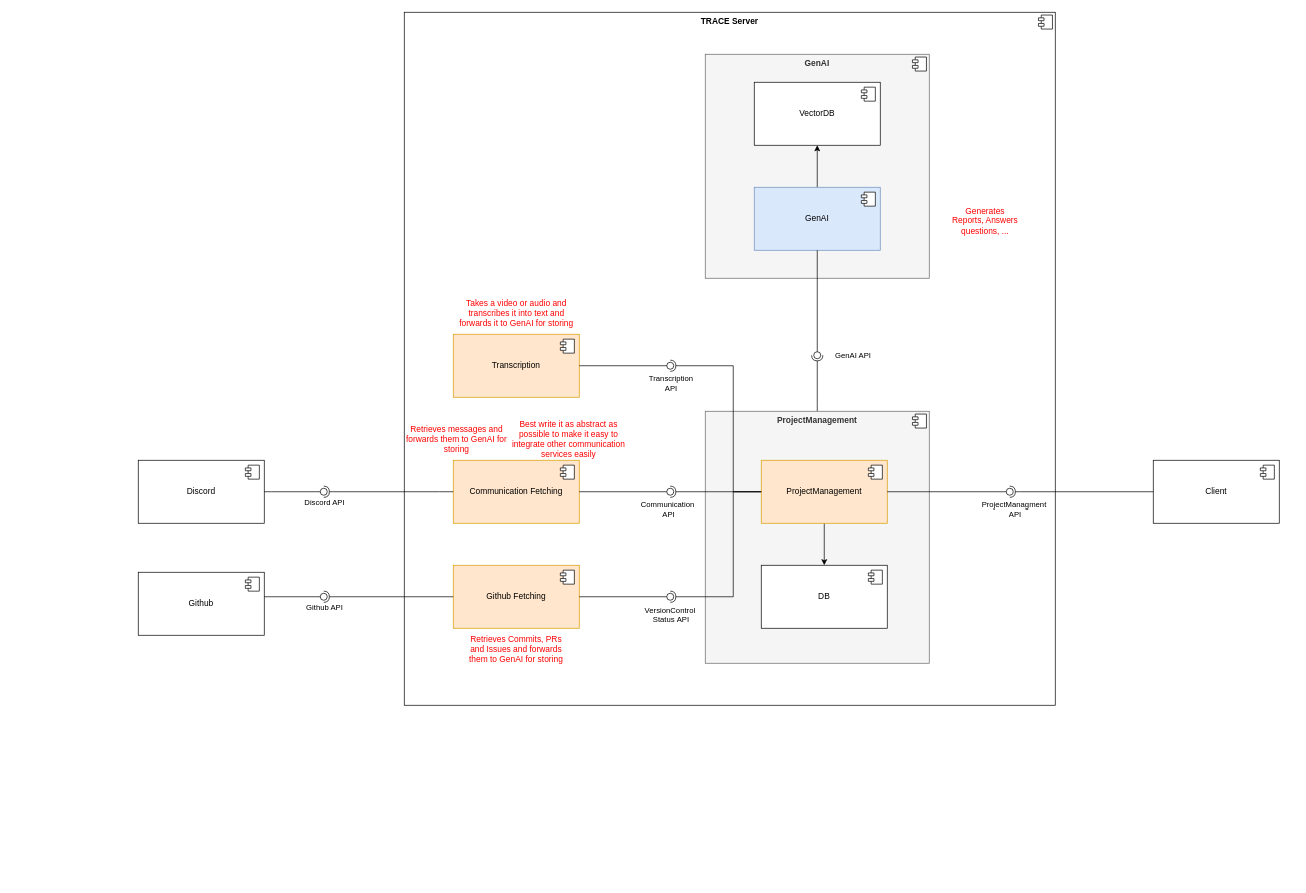
The draw.io diagram docs/subsystem.drawio in AET-DevOps25/team-scrumbags, before the edit. Source tidied: cells renumbered, new cells numbered last; positions are measured from the earlier drawing's top-left corner, leaving out a move shared by most shapes. Both pictures are drawn from the tidied source at 70%, with x=0, y=0 at pixel (138, 12).
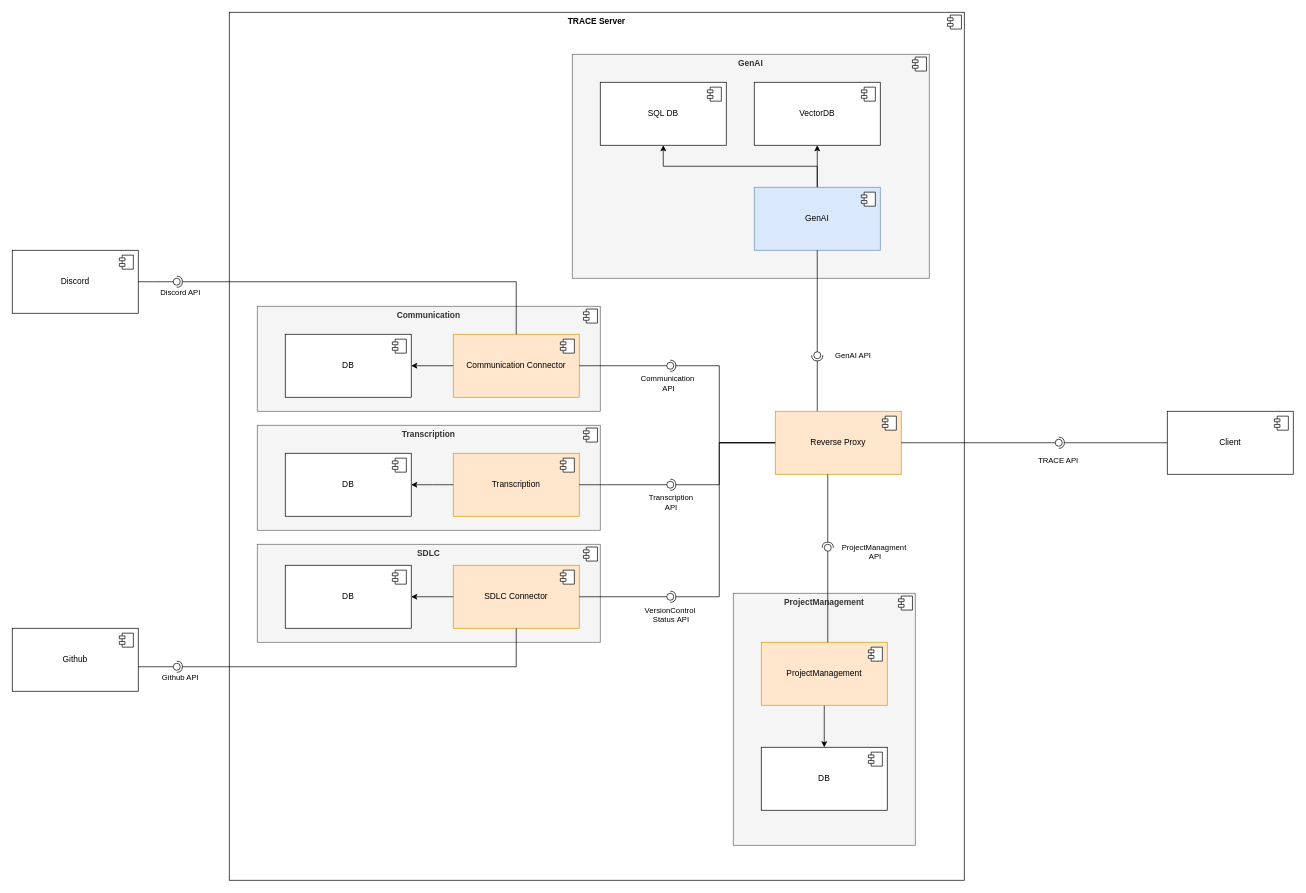
After the change.

Unchanged cells that the change refers to:
```xml
<mxCell id="21" style="ellipse;whiteSpace=wrap;html=1;align=center;fillColor=none;strokeColor=none;perimeter=centerPerimeter;points=[];outlineConnect=1;" parent="1" vertex="1">
  <mxGeometry x="755" y="830" width="10" height="10" as="geometry" />
</mxCell>
<mxCell id="38" style="ellipse;whiteSpace=wrap;html=1;align=center;fillColor=none;strokeColor=none;perimeter=centerPerimeter;points=[];outlineConnect=1;" parent="1" vertex="1">
  <mxGeometry x="1240" y="680" width="10" height="10" as="geometry" />
</mxCell>
<mxCell id="44" value="GenAI" style="html=1;whiteSpace=wrap;fillColor=#dae8fc;strokeColor=#6c8ebf;" parent="1" vertex="1">
  <mxGeometry x="880" y="250" width="180" height="90" as="geometry" />
</mxCell>
```

Change to the diagram source:
```diff
@@
     <mxCell id="2" value="&lt;p style=&quot;margin:0px;margin-top:6px;text-align:center;&quot;&gt;&lt;b&gt;TRACE Server&lt;/b&gt;&lt;/p&gt;" style="align=left;overflow=fill;html=1;whiteSpace=wrap;" parent="1" vertex="1">
-      <mxGeometry x="380" width="930" height="990" as="geometry" />
+      <mxGeometry x="130" width="1050" height="1240" as="geometry" />
     </mxCell>
@@
+    <mxCell id="63" value="&lt;p style=&quot;margin:0px;margin-top:6px;text-align:center;&quot;&gt;&lt;b&gt;Communication&lt;/b&gt;&lt;/p&gt;" style="align=left;overflow=fill;html=1;whiteSpace=wrap;fillColor=#f5f5f5;fontColor=#333333;strokeColor=#666666;" parent="1" vertex="1">
+      <mxGeometry x="170" y="420" width="490" height="150" as="geometry" />
+    </mxCell>
+    <mxCell id="64" style="shape=component;jettyWidth=8;jettyHeight=4;" parent="63" vertex="1">
+      <mxGeometry x="1" width="20" height="20" relative="1" as="geometry">
+        <mxPoint x="-24" y="4" as="offset" />
+      </mxGeometry>
+    </mxCell>
+    <mxCell id="65" value="&lt;p style=&quot;margin:0px;margin-top:6px;text-align:center;&quot;&gt;&lt;b&gt;Transcription&lt;/b&gt;&lt;/p&gt;" style="align=left;overflow=fill;html=1;whiteSpace=wrap;fillColor=#f5f5f5;fontColor=#333333;strokeColor=#666666;" parent="1" vertex="1">
+      <mxGeometry x="170" y="590" width="490" height="150" as="geometry" />
+    </mxCell>
+    <mxCell id="66" style="shape=component;jettyWidth=8;jettyHeight=4;" parent="65" vertex="1">
+      <mxGeometry x="1" width="20" height="20" relative="1" as="geometry">
+        <mxPoint x="-24" y="4" as="offset" />
+      </mxGeometry>
+    </mxCell>
+    <mxCell id="67" value="&lt;p style=&quot;margin:0px;margin-top:6px;text-align:center;&quot;&gt;&lt;b&gt;SDLC&lt;/b&gt;&lt;/p&gt;" style="align=left;overflow=fill;html=1;whiteSpace=wrap;fillColor=#f5f5f5;fontColor=#333333;strokeColor=#666666;" parent="1" vertex="1">
+      <mxGeometry x="170" y="760" width="490" height="140" as="geometry" />
+    </mxCell>
+    <mxCell id="68" style="shape=component;jettyWidth=8;jettyHeight=4;" parent="67" vertex="1">
+      <mxGeometry x="1" width="20" height="20" relative="1" as="geometry">
+        <mxPoint x="-24" y="4" as="offset" />
+      </mxGeometry>
+    </mxCell>
     <mxCell id="4" value="Transcription" style="html=1;whiteSpace=wrap;fillColor=#ffe6cc;strokeColor=#d79b00;" parent="1" vertex="1">
-      <mxGeometry x="450" y="460" width="180" height="90" as="geometry" />
+      <mxGeometry x="450" y="630" width="180" height="90" as="geometry" />
     </mxCell>
@@
-    <mxCell id="6" value="Github Fetching" style="html=1;whiteSpace=wrap;fillColor=#ffe6cc;strokeColor=#d79b00;" parent="1" vertex="1">
+    <mxCell id="6" value="SDLC Connector" style="html=1;whiteSpace=wrap;fillColor=#ffe6cc;strokeColor=#d79b00;" parent="1" vertex="1">
       <mxGeometry x="450" y="790" width="180" height="90" as="geometry" />
     </mxCell>
@@
-    <mxCell id="8" value="Communication Fetching" style="html=1;whiteSpace=wrap;fillColor=#ffe6cc;strokeColor=#d79b00;" parent="1" vertex="1">
-      <mxGeometry x="450" y="640" width="180" height="90" as="geometry" />
+    <mxCell id="8" value="Communication Connector" style="html=1;whiteSpace=wrap;fillColor=#ffe6cc;strokeColor=#d79b00;" parent="1" vertex="1">
+      <mxGeometry x="450" y="460" width="180" height="90" as="geometry" />
     </mxCell>
@@
     <mxCell id="12" style="ellipse;whiteSpace=wrap;html=1;align=center;fillColor=none;strokeColor=none;perimeter=centerPerimeter;points=[];outlineConnect=1;" parent="1" vertex="1">
-      <mxGeometry x="755" y="680" width="10" height="10" as="geometry" />
+      <mxGeometry x="755" y="500" width="10" height="10" as="geometry" />
     </mxCell>
-    <mxCell id="13" value="&lt;font style=&quot;color: rgb(255, 0, 0);&quot;&gt;Generates Reports, Answers questions, ...&lt;/font&gt;" style="text;html=1;align=center;verticalAlign=middle;whiteSpace=wrap;rounded=0;" parent="1" vertex="1">
-      <mxGeometry x="1160" y="270" width="100" height="55" as="geometry" />
-    </mxCell>
-    <mxCell id="14" value="&lt;font style=&quot;color: rgb(255, 0, 0);&quot;&gt;Best write it as abstract as possible to make it easy to integrate other communication services easily&lt;/font&gt;" style="text;html=1;align=center;verticalAlign=middle;whiteSpace=wrap;rounded=0;" parent="1" vertex="1">
-      <mxGeometry x="530" y="575" width="170" height="70" as="geometry" />
-    </mxCell>
-    <mxCell id="15" value="&lt;font color=&quot;#ff0000&quot;&gt;Takes a video or audio and transcribes it into text and forwards it to GenAI for storing&lt;/font&gt;" style="text;html=1;align=center;verticalAlign=middle;whiteSpace=wrap;rounded=0;" parent="1" vertex="1">
-      <mxGeometry x="457.5" y="410" width="165" height="40" as="geometry" />
-    </mxCell>
@@
     <mxCell id="18" style="ellipse;whiteSpace=wrap;html=1;align=center;fillColor=none;strokeColor=none;perimeter=centerPerimeter;points=[];outlineConnect=1;" parent="1" vertex="1">
-      <mxGeometry x="755" y="500" width="10" height="10" as="geometry" />
+      <mxGeometry x="755" y="670" width="10" height="10" as="geometry" />
     </mxCell>
@@
-    <mxCell id="22" value="&lt;font color=&quot;#ff0000&quot;&gt;Retrieves Commits, PRs and Issues and forwards them to GenAI for storing&lt;/font&gt;" style="text;html=1;align=center;verticalAlign=middle;whiteSpace=wrap;rounded=0;" parent="1" vertex="1">
-      <mxGeometry x="465" y="890" width="150" height="40" as="geometry" />
-    </mxCell>
     <mxCell id="23" value="Github" style="html=1;whiteSpace=wrap;" parent="1" vertex="1">
-      <mxGeometry y="800" width="180" height="90" as="geometry" />
+      <mxGeometry x="-180" y="880" width="180" height="90" as="geometry" />
     </mxCell>
@@
     <mxCell id="25" value="Discord" style="html=1;whiteSpace=wrap;" parent="1" vertex="1">
-      <mxGeometry y="640" width="180" height="90" as="geometry" />
+      <mxGeometry x="-180" y="340" width="180" height="90" as="geometry" />
     </mxCell>
@@
     <mxCell id="27" style="rounded=0;jettySize=auto;html=1;endArrow=halfCircle;endFill=0;endSize=6;strokeWidth=1;sketch=0;edgeStyle=orthogonalEdgeStyle;" parent="1" edge="1" source="8" target="30">
       <mxGeometry relative="1" as="geometry">
         <Array as="points">
-          <mxPoint x="430" y="685" />
-          <mxPoint x="430" y="685" />
+          <mxPoint x="540" y="385" />
         </Array>
       </mxGeometry>
     </mxCell>
-    <mxCell id="28" style="rounded=0;jettySize=auto;html=1;endArrow=oval;endFill=0;sketch=0;sourcePerimeterSpacing=0;targetPerimeterSpacing=0;endSize=10;edgeStyle=orthogonalEdgeStyle;" parent="1" edge="1" source="25" target="30">
+    <mxCell id="28" style="rounded=0;jettySize=auto;html=1;endArrow=oval;endFill=0;sketch=0;sourcePerimeterSpacing=0;targetPerimeterSpacing=0;endSize=10;edgeStyle=orthogonalEdgeStyle;entryX=0.221;entryY=0.6;entryDx=0;entryDy=0;entryPerimeter=0;" parent="1" edge="1" source="25" target="30">
       <mxGeometry relative="1" as="geometry">
         <Array as="points">
-          <mxPoint x="190" y="685" />
-          <mxPoint x="190" y="685" />
+          <mxPoint x="20" y="385" />
+          <mxPoint x="20" y="385" />
         </Array>
       </mxGeometry>
     </mxCell>
@@
     <mxCell id="30" style="ellipse;whiteSpace=wrap;html=1;align=center;fillColor=none;strokeColor=none;perimeter=centerPerimeter;points=[];outlineConnect=1;" parent="1" vertex="1">
-      <mxGeometry x="260" y="680" width="10" height="10" as="geometry" />
+      <mxGeometry x="50" y="380" width="10" height="10" as="geometry" />
     </mxCell>
-    <mxCell id="31" style="rounded=0;jettySize=auto;html=1;endArrow=halfCircle;endFill=0;endSize=6;strokeWidth=1;sketch=0;edgeStyle=orthogonalEdgeStyle;" parent="1" edge="1" source="6" target="34">
-      <mxGeometry relative="1" as="geometry">
-        <Array as="points">
-          <mxPoint x="450" y="835" />
-          <mxPoint x="450" y="835" />
-        </Array>
-      </mxGeometry>
-    </mxCell>
     <mxCell id="32" style="rounded=0;jettySize=auto;html=1;endArrow=oval;endFill=0;sketch=0;sourcePerimeterSpacing=0;targetPerimeterSpacing=0;endSize=10;edgeStyle=orthogonalEdgeStyle;" parent="1" edge="1" source="23" target="34">
       <mxGeometry relative="1" as="geometry">
         <Array as="points">
-          <mxPoint x="180" y="835" />
-          <mxPoint x="180" y="835" />
+          <mxPoint x="30" y="935" />
+          <mxPoint x="30" y="935" />
         </Array>
       </mxGeometry>
     </mxCell>
@@
     <mxCell id="34" style="ellipse;whiteSpace=wrap;html=1;align=center;fillColor=none;strokeColor=none;perimeter=centerPerimeter;points=[];outlineConnect=1;" parent="1" vertex="1">
-      <mxGeometry x="260" y="830" width="10" height="10" as="geometry" />
+      <mxGeometry x="50" y="930" width="10" height="10" as="geometry" />
     </mxCell>
     <mxCell id="35" value="Client" style="html=1;whiteSpace=wrap;" parent="1" vertex="1">
-      <mxGeometry x="1450" y="640" width="180" height="90" as="geometry" />
+      <mxGeometry x="1470" y="570" width="180" height="90" as="geometry" />
     </mxCell>
@@
-    <mxCell id="37" style="rounded=0;jettySize=auto;html=1;endArrow=halfCircle;endFill=0;endSize=6;strokeWidth=1;sketch=0;edgeStyle=orthogonalEdgeStyle;" parent="1" edge="1" source="35" target="38">
+    <mxCell id="37" style="rounded=0;jettySize=auto;html=1;endArrow=halfCircle;endFill=0;endSize=6;strokeWidth=1;sketch=0;edgeStyle=orthogonalEdgeStyle;entryX=-0.2;entryY=0.373;entryDx=0;entryDy=0;entryPerimeter=0;" parent="1" edge="1" source="35" target="91">
       <mxGeometry relative="1" as="geometry">
         <Array as="points">
-          <mxPoint x="1260" y="685" />
-          <mxPoint x="1260" y="685" />
+          <mxPoint x="1620" y="615" />
+          <mxPoint x="1620" y="615" />
         </Array>
       </mxGeometry>
     </mxCell>
@@
     <mxCell id="41" value="&lt;p style=&quot;margin:0px;margin-top:6px;text-align:center;&quot;&gt;&lt;b&gt;GenAI&lt;/b&gt;&lt;/p&gt;&lt;p style=&quot;margin:0px;margin-left:8px;&quot;&gt;&lt;br&gt;&lt;/p&gt;" style="align=left;overflow=fill;html=1;whiteSpace=wrap;fillColor=#f5f5f5;fontColor=#333333;strokeColor=#666666;" parent="1" vertex="1">
-      <mxGeometry x="810" y="60" width="320" height="320" as="geometry" />
+      <mxGeometry x="620" y="60" width="510" height="320" as="geometry" />
     </mxCell>
@@
     <mxCell id="48" value="&lt;p style=&quot;margin:0px;margin-top:6px;text-align:center;&quot;&gt;&lt;b&gt;ProjectManagement&lt;/b&gt;&lt;/p&gt;&lt;p style=&quot;margin:0px;margin-left:8px;&quot;&gt;&lt;br&gt;&lt;/p&gt;" style="align=left;overflow=fill;html=1;whiteSpace=wrap;fillColor=#f5f5f5;fontColor=#333333;strokeColor=#666666;" parent="1" vertex="1">
-      <mxGeometry x="810" y="570" width="320" height="360" as="geometry" />
+      <mxGeometry x="850" y="830" width="260" height="360" as="geometry" />
     </mxCell>
@@
     <mxCell id="51" value="DB" style="html=1;whiteSpace=wrap;" parent="1" vertex="1">
-      <mxGeometry x="890" y="790" width="180" height="90" as="geometry" />
+      <mxGeometry x="890" y="1050" width="180" height="90" as="geometry" />
     </mxCell>
@@
     <mxCell id="53" value="ProjectManagement" style="html=1;whiteSpace=wrap;fillColor=#ffe6cc;strokeColor=#d79b00;" parent="1" vertex="1">
-      <mxGeometry x="890" y="640" width="180" height="90" as="geometry" />
+      <mxGeometry x="890" y="900" width="180" height="90" as="geometry" />
     </mxCell>
@@
-    <mxCell id="55" style="rounded=0;jettySize=auto;html=1;endArrow=oval;endFill=0;sketch=0;sourcePerimeterSpacing=0;targetPerimeterSpacing=0;endSize=10;edgeStyle=orthogonalEdgeStyle;" parent="1" edge="1" source="53" target="38">
-      <mxGeometry relative="1" as="geometry">
-        <Array as="points">
-          <mxPoint x="1120" y="685" />
-          <mxPoint x="1120" y="685" />
-        </Array>
-      </mxGeometry>
-    </mxCell>
-    <mxCell id="56" value="ProjectManagment&lt;div&gt;&amp;nbsp;API&lt;/div&gt;" style="edgeLabel;html=1;align=center;verticalAlign=middle;" parent="55" vertex="1">
-      <mxGeometry x="0.89" relative="1" as="geometry">
-        <mxPoint x="15" y="25" as="offset" />
-      </mxGeometry>
-    </mxCell>
-    <mxCell id="57" style="rounded=0;jettySize=auto;html=1;endArrow=halfCircle;endFill=0;endSize=6;strokeWidth=1;sketch=0;edgeStyle=orthogonalEdgeStyle;entryX=0.742;entryY=0.353;entryDx=0;entryDy=0;entryPerimeter=0;" parent="1" edge="1" source="53" target="18">
-      <mxGeometry relative="1" as="geometry">
-        <Array as="points">
-          <mxPoint x="850" y="685" />
-          <mxPoint x="850" y="505" />
-        </Array>
-      </mxGeometry>
-    </mxCell>
-    <mxCell id="58" style="rounded=0;jettySize=auto;html=1;endArrow=halfCircle;endFill=0;endSize=6;strokeWidth=1;sketch=0;edgeStyle=orthogonalEdgeStyle;entryX=0.847;entryY=0.458;entryDx=0;entryDy=0;entryPerimeter=0;" parent="1" edge="1" source="53" target="12">
-      <mxGeometry relative="1" as="geometry" />
-    </mxCell>
-    <mxCell id="59" style="rounded=0;jettySize=auto;html=1;endArrow=halfCircle;endFill=0;endSize=6;strokeWidth=1;sketch=0;edgeStyle=orthogonalEdgeStyle;entryX=0.953;entryY=0.089;entryDx=0;entryDy=0;entryPerimeter=0;" parent="1" edge="1" source="53" target="21">
-      <mxGeometry relative="1" as="geometry">
-        <Array as="points">
-          <mxPoint x="850" y="685" />
-          <mxPoint x="850" y="835" />
-        </Array>
-      </mxGeometry>
-    </mxCell>
@@
-    <mxCell id="62" value="&lt;font color=&quot;#ff0000&quot;&gt;Retrieves messages and forwards them to GenAI for storing&lt;/font&gt;" style="text;html=1;align=center;verticalAlign=middle;whiteSpace=wrap;rounded=0;" parent="1" vertex="1">
-      <mxGeometry x="380" y="590" width="150" height="40" as="geometry" />
-    </mxCell>
+    <mxCell id="69" value="Reverse Proxy" style="html=1;whiteSpace=wrap;fillColor=#ffe6cc;strokeColor=#d79b00;" parent="1" vertex="1">
+      <mxGeometry x="910" y="570" width="180" height="90" as="geometry" />
+    </mxCell>
+    <mxCell id="70" style="shape=module;jettyWidth=8;jettyHeight=4;" parent="69" vertex="1">
+      <mxGeometry x="1" width="20" height="20" relative="1" as="geometry">
+        <mxPoint x="-27" y="7" as="offset" />
+      </mxGeometry>
+    </mxCell>
+    <mxCell id="71" value="SQL DB" style="html=1;whiteSpace=wrap;" parent="1" vertex="1">
+      <mxGeometry x="660" y="100" width="180" height="90" as="geometry" />
+    </mxCell>
+    <mxCell id="72" style="shape=module;jettyWidth=8;jettyHeight=4;" parent="71" vertex="1">
+      <mxGeometry x="1" width="20" height="20" relative="1" as="geometry">
+        <mxPoint x="-27" y="7" as="offset" />
+      </mxGeometry>
+    </mxCell>
+    <mxCell id="73" style="edgeStyle=orthogonalEdgeStyle;rounded=0;jettySize=auto;html=1;" parent="1" edge="1" source="44" target="71">
+      <mxGeometry relative="1" as="geometry">
+        <Array as="points">
+          <mxPoint x="970" y="220" />
+          <mxPoint x="750" y="220" />
+        </Array>
+      </mxGeometry>
+    </mxCell>
+    <mxCell id="74" value="DB" style="html=1;whiteSpace=wrap;" parent="1" vertex="1">
+      <mxGeometry x="210" y="790" width="180" height="90" as="geometry" />
+    </mxCell>
+    <mxCell id="75" style="shape=module;jettyWidth=8;jettyHeight=4;" parent="74" vertex="1">
+      <mxGeometry x="1" width="20" height="20" relative="1" as="geometry">
+        <mxPoint x="-27" y="7" as="offset" />
+      </mxGeometry>
+    </mxCell>
+    <mxCell id="76" value="DB" style="html=1;whiteSpace=wrap;" parent="1" vertex="1">
+      <mxGeometry x="210" y="630" width="180" height="90" as="geometry" />
+    </mxCell>
+    <mxCell id="77" style="shape=module;jettyWidth=8;jettyHeight=4;" parent="76" vertex="1">
+      <mxGeometry x="1" width="20" height="20" relative="1" as="geometry">
+        <mxPoint x="-27" y="7" as="offset" />
+      </mxGeometry>
+    </mxCell>
+    <mxCell id="78" value="DB" style="html=1;whiteSpace=wrap;" parent="1" vertex="1">
+      <mxGeometry x="210" y="460" width="180" height="90" as="geometry" />
+    </mxCell>
+    <mxCell id="79" style="shape=module;jettyWidth=8;jettyHeight=4;" parent="78" vertex="1">
+      <mxGeometry x="1" width="20" height="20" relative="1" as="geometry">
+        <mxPoint x="-27" y="7" as="offset" />
+      </mxGeometry>
+    </mxCell>
+    <mxCell id="80" style="edgeStyle=orthogonalEdgeStyle;rounded=0;jettySize=auto;html=1;" parent="1" edge="1" source="8" target="78">
+      <mxGeometry relative="1" as="geometry" />
+    </mxCell>
+    <mxCell id="81" style="edgeStyle=orthogonalEdgeStyle;rounded=0;jettySize=auto;html=1;" parent="1" edge="1" source="4" target="76">
+      <mxGeometry relative="1" as="geometry">
+        <Array as="points">
+          <mxPoint x="420" y="675" />
+          <mxPoint x="420" y="675" />
+        </Array>
+      </mxGeometry>
+    </mxCell>
+    <mxCell id="82" style="edgeStyle=orthogonalEdgeStyle;rounded=0;jettySize=auto;html=1;" parent="1" edge="1" source="6" target="74">
+      <mxGeometry relative="1" as="geometry" />
+    </mxCell>
+    <mxCell id="31" style="rounded=0;jettySize=auto;html=1;endArrow=halfCircle;endFill=0;endSize=6;strokeWidth=1;sketch=0;edgeStyle=orthogonalEdgeStyle;entryX=0.567;entryY=0.6;entryDx=0;entryDy=0;entryPerimeter=0;" parent="1" edge="1" source="6" target="34">
+      <mxGeometry relative="1" as="geometry">
+        <Array as="points">
+          <mxPoint x="540" y="935" />
+        </Array>
+      </mxGeometry>
+    </mxCell>
+    <mxCell id="83" style="rounded=0;jettySize=auto;html=1;endArrow=halfCircle;endFill=0;endSize=6;strokeWidth=1;sketch=0;edgeStyle=orthogonalEdgeStyle;" parent="1" edge="1" source="69" target="85">
+      <mxGeometry relative="1" as="geometry">
+        <Array as="points">
+          <mxPoint x="985" y="690" />
+          <mxPoint x="985" y="690" />
+        </Array>
+      </mxGeometry>
+    </mxCell>
+    <mxCell id="84" style="rounded=0;jettySize=auto;html=1;endArrow=oval;endFill=0;sketch=0;sourcePerimeterSpacing=0;targetPerimeterSpacing=0;endSize=10;edgeStyle=orthogonalEdgeStyle;" parent="1" edge="1" source="53" target="85">
+      <mxGeometry relative="1" as="geometry">
+        <Array as="points">
+          <mxPoint x="985" y="870" />
+          <mxPoint x="985" y="870" />
+        </Array>
+      </mxGeometry>
+    </mxCell>
+    <mxCell id="56" value="ProjectManagment&lt;div&gt;&amp;nbsp;API&lt;/div&gt;" style="edgeLabel;html=1;align=center;verticalAlign=middle;" parent="84" vertex="1">
+      <mxGeometry x="0.81" relative="1" as="geometry">
+        <mxPoint x="65" y="-8" as="offset" />
+      </mxGeometry>
+    </mxCell>
+    <mxCell id="85" style="ellipse;whiteSpace=wrap;html=1;align=center;fillColor=none;strokeColor=none;perimeter=centerPerimeter;points=[];outlineConnect=1;" parent="1" vertex="1">
+      <mxGeometry x="980" y="760" width="10" height="10" as="geometry" />
+    </mxCell>
+    <mxCell id="86" style="rounded=0;jettySize=auto;html=1;endArrow=halfCircle;endFill=0;endSize=6;strokeWidth=1;sketch=0;edgeStyle=orthogonalEdgeStyle;entryX=0.243;entryY=0.804;entryDx=0;entryDy=0;entryPerimeter=0;" parent="1" edge="1" source="69" target="21">
+      <mxGeometry relative="1" as="geometry">
+        <Array as="points">
+          <mxPoint x="830" y="615" />
+          <mxPoint x="830" y="835" />
+        </Array>
+      </mxGeometry>
+    </mxCell>
+    <mxCell id="87" style="rounded=0;jettySize=auto;html=1;endArrow=halfCircle;endFill=0;endSize=6;strokeWidth=1;sketch=0;edgeStyle=orthogonalEdgeStyle;entryX=0.591;entryY=0.804;entryDx=0;entryDy=0;entryPerimeter=0;" parent="1" edge="1" source="69" target="18">
+      <mxGeometry relative="1" as="geometry">
+        <Array as="points">
+          <mxPoint x="830" y="615" />
+          <mxPoint x="830" y="675" />
+        </Array>
+      </mxGeometry>
+    </mxCell>
+    <mxCell id="88" style="rounded=0;jettySize=auto;html=1;endArrow=halfCircle;endFill=0;endSize=6;strokeWidth=1;sketch=0;edgeStyle=orthogonalEdgeStyle;entryX=0.939;entryY=0.413;entryDx=0;entryDy=0;entryPerimeter=0;" parent="1" edge="1" source="69" target="12">
+      <mxGeometry relative="1" as="geometry">
+        <Array as="points">
+          <mxPoint x="830" y="615" />
+          <mxPoint x="830" y="505" />
+        </Array>
+      </mxGeometry>
+    </mxCell>
+    <mxCell id="89" style="rounded=0;jettySize=auto;html=1;endArrow=oval;endFill=0;sketch=0;sourcePerimeterSpacing=0;targetPerimeterSpacing=0;endSize=10;edgeStyle=orthogonalEdgeStyle;entryX=-0.233;entryY=0.4;entryDx=0;entryDy=0;entryPerimeter=0;" parent="1" edge="1" source="69" target="91">
+      <mxGeometry relative="1" as="geometry" />
+    </mxCell>
+    <mxCell id="90" value="TRACE API" style="edgeLabel;html=1;align=center;verticalAlign=middle;" parent="89" vertex="1">
+      <mxGeometry x="0.87" y="2" relative="1" as="geometry">
+        <mxPoint x="13" y="27" as="offset" />
+      </mxGeometry>
+    </mxCell>
+    <mxCell id="91" style="ellipse;whiteSpace=wrap;html=1;align=center;fillColor=none;strokeColor=none;perimeter=centerPerimeter;points=[];outlineConnect=1;" parent="1" vertex="1">
+      <mxGeometry x="1310" y="610" width="10" height="10" as="geometry" />
+    </mxCell>
```
